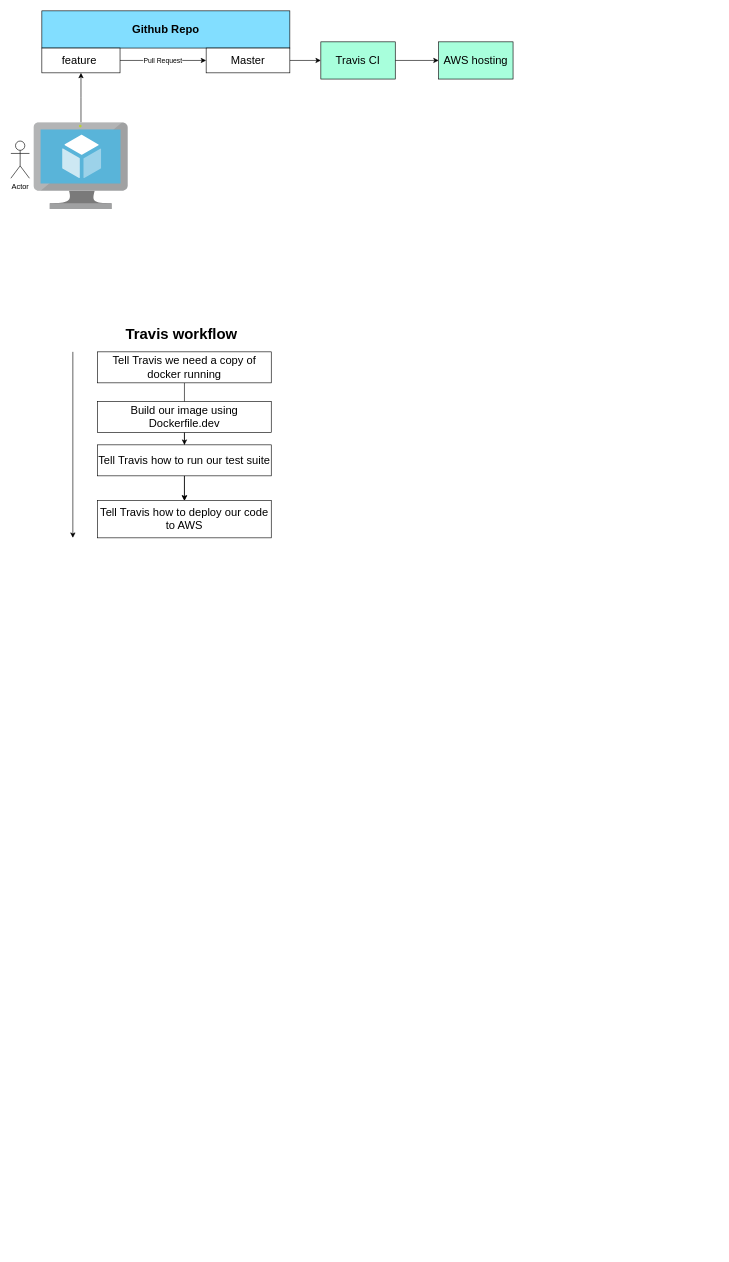
Before: page "CI AND DEPLOYMENT" (8 of 8) of Untitled Diagram.drawio in hephaestus88/docker, a draw.io diagram. Source tidied: cells renumbered, new cells numbered last; positions are measured from the earlier drawing's top-left corner, leaving out a move shared by most shapes. Both pictures are drawn from the tidied source at 62%, with x=0, y=0 at pixel (11, 11).
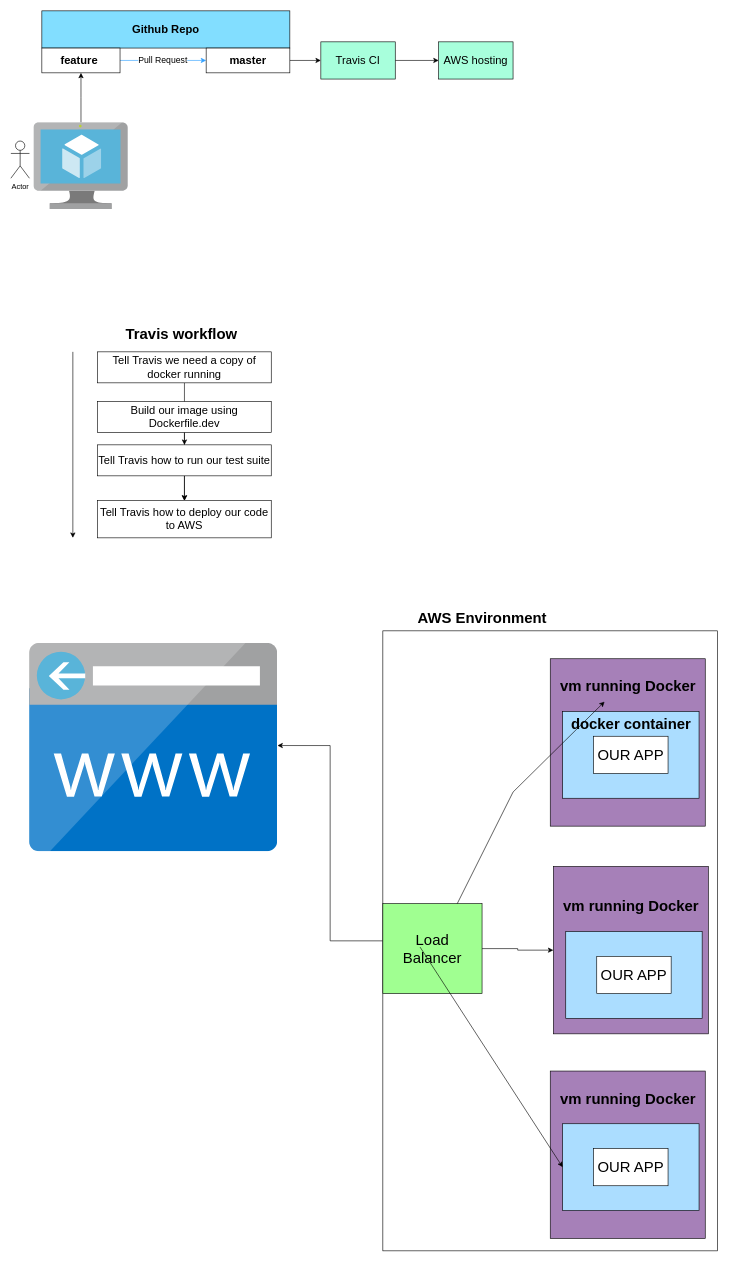
After the change.

Diff of the diagram source:
```diff
@@
-    <mxCell id="3" value="Pull Request" style="edgeStyle=orthogonalEdgeStyle;rounded=0;jettySize=auto;html=1;" parent="1" edge="1" source="4" target="6">
+    <mxCell id="3" value="&lt;font style=&quot;font-size: 14px;&quot;&gt;Pull Request&lt;/font&gt;" style="edgeStyle=orthogonalEdgeStyle;rounded=0;jettySize=auto;html=1;strokeColor=#309FFF;" parent="1" edge="1" source="4" target="6">
       <mxGeometry relative="1" as="geometry" />
     </mxCell>
-    <mxCell id="4" value="&lt;font style=&quot;font-size: 18px;&quot;&gt;feature&amp;nbsp;&lt;/font&gt;" style="rounded=0;whiteSpace=wrap;html=1;" parent="1" vertex="1">
+    <mxCell id="4" value="&lt;font style=&quot;font-size: 18px;&quot;&gt;&lt;b&gt;feature&amp;nbsp;&lt;/b&gt;&lt;/font&gt;" style="rounded=0;whiteSpace=wrap;html=1;" parent="1" vertex="1">
       <mxGeometry x="50" y="60" width="126.1" height="40" as="geometry" />
     </mxCell>
@@
-    <mxCell id="6" value="&lt;font style=&quot;font-size: 18px;&quot;&gt;Master&lt;/font&gt;" style="rounded=0;whiteSpace=wrap;html=1;" parent="1" vertex="1">
+    <mxCell id="6" value="&lt;font style=&quot;font-size: 18px;&quot;&gt;&lt;b&gt;master&lt;/b&gt;&lt;/font&gt;" style="rounded=0;whiteSpace=wrap;html=1;" parent="1" vertex="1">
       <mxGeometry x="315" y="60" width="135" height="40" as="geometry" />
     </mxCell>
@@
+    <mxCell id="22" style="image;sketch=0;html=1;points=[];align=center;fontSize=12;image=img/lib/mscae/CustomDomain.svg;" parent="1" vertex="1">
+      <mxGeometry x="30" y="1020" width="400" height="336" as="geometry" />
+    </mxCell>
+    <mxCell id="23" style="edgeStyle=orthogonalEdgeStyle;rounded=0;jettySize=auto;html=1;entryX=1;entryY=0.491;entryDx=0;entryDy=0;entryPerimeter=0;" parent="1" edge="1" source="24" target="22">
+      <mxGeometry relative="1" as="geometry" />
+    </mxCell>
+    <mxCell id="24" style="rounded=0;whiteSpace=wrap;html=1;" parent="1" vertex="1">
+      <mxGeometry x="600" y="1000" width="540" height="1000" as="geometry" />
+    </mxCell>
+    <mxCell id="25" value="AWS Environment" style="text;strokeColor=none;fillColor=none;html=1;fontSize=24;fontStyle=1;verticalAlign=middle;align=center;" parent="1" vertex="1">
+      <mxGeometry x="710" y="960" width="100" height="40" as="geometry" />
+    </mxCell>
+    <mxCell id="26" style="edgeStyle=orthogonalEdgeStyle;rounded=0;jettySize=auto;html=1;" parent="1" edge="1" source="27" target="33">
+      <mxGeometry relative="1" as="geometry" />
+    </mxCell>
+    <mxCell id="27" value="&lt;font style=&quot;font-size: 24px;&quot;&gt;Load&lt;br&gt;Balancer&lt;/font&gt;" style="rounded=0;whiteSpace=wrap;html=1;fillColor=#A0FF91;" parent="1" vertex="1">
+      <mxGeometry x="600" y="1440" width="160" height="145" as="geometry" />
+    </mxCell>
+    <mxCell id="28" style="rounded=0;whiteSpace=wrap;html=1;fillColor=#A680B8;" parent="1" vertex="1">
+      <mxGeometry x="870" y="1045" width="250" height="270" as="geometry" />
+    </mxCell>
+    <mxCell id="29" style="rounded=0;whiteSpace=wrap;html=1;fillColor=#ABDDFF;" parent="1" vertex="1">
+      <mxGeometry x="890" y="1130" width="220" height="140" as="geometry" />
+    </mxCell>
+    <mxCell id="30" value="vm running Docker" style="text;strokeColor=none;fillColor=none;html=1;fontSize=24;fontStyle=1;verticalAlign=middle;align=center;" parent="1" vertex="1">
+      <mxGeometry x="945" y="1070" width="100" height="40" as="geometry" />
+    </mxCell>
+    <mxCell id="31" value="&lt;font style=&quot;font-size: 24px;&quot;&gt;OUR APP&lt;/font&gt;" style="rounded=0;whiteSpace=wrap;html=1;" parent="1" vertex="1">
+      <mxGeometry x="940" y="1170" width="120" height="60" as="geometry" />
+    </mxCell>
+    <mxCell id="32" value="docker container" style="text;strokeColor=none;fillColor=none;html=1;fontSize=24;fontStyle=1;verticalAlign=middle;align=center;" parent="1" vertex="1">
+      <mxGeometry x="950" y="1130" width="100" height="40" as="geometry" />
+    </mxCell>
+    <mxCell id="33" style="rounded=0;whiteSpace=wrap;html=1;fillColor=#A680B8;" parent="1" vertex="1">
+      <mxGeometry x="875" y="1380" width="250" height="270" as="geometry" />
+    </mxCell>
+    <mxCell id="34" style="rounded=0;whiteSpace=wrap;html=1;fillColor=#ABDDFF;" parent="1" vertex="1">
+      <mxGeometry x="895" y="1485" width="220" height="140" as="geometry" />
+    </mxCell>
+    <mxCell id="35" value="vm running Docker" style="text;strokeColor=none;fillColor=none;html=1;fontSize=24;fontStyle=1;verticalAlign=middle;align=center;" parent="1" vertex="1">
+      <mxGeometry x="950" y="1425" width="100" height="40" as="geometry" />
+    </mxCell>
+    <mxCell id="36" value="&lt;font style=&quot;font-size: 24px;&quot;&gt;OUR APP&lt;/font&gt;" style="rounded=0;whiteSpace=wrap;html=1;" parent="1" vertex="1">
+      <mxGeometry x="945" y="1525" width="120" height="60" as="geometry" />
+    </mxCell>
+    <mxCell id="37" style="rounded=0;whiteSpace=wrap;html=1;fillColor=#A680B8;" parent="1" vertex="1">
+      <mxGeometry x="870" y="1710" width="250" height="270" as="geometry" />
+    </mxCell>
+    <mxCell id="38" style="rounded=0;whiteSpace=wrap;html=1;fillColor=#ABDDFF;" parent="1" vertex="1">
+      <mxGeometry x="890" y="1795" width="220" height="140" as="geometry" />
+    </mxCell>
+    <mxCell id="39" value="vm running Docker" style="text;strokeColor=none;fillColor=none;html=1;fontSize=24;fontStyle=1;verticalAlign=middle;align=center;" parent="1" vertex="1">
+      <mxGeometry x="945" y="1735" width="100" height="40" as="geometry" />
+    </mxCell>
+    <mxCell id="40" value="&lt;font style=&quot;font-size: 24px;&quot;&gt;OUR APP&lt;/font&gt;" style="rounded=0;whiteSpace=wrap;html=1;" parent="1" vertex="1">
+      <mxGeometry x="940" y="1835" width="120" height="60" as="geometry" />
+    </mxCell>
+    <mxCell id="41" style="endArrow=classic;html=1;rounded=0;entryX=0.126;entryY=1.105;entryDx=0;entryDy=0;entryPerimeter=0;" parent="1" edge="1" target="30">
+      <mxGeometry relative="1" as="geometry">
+        <mxPoint x="720" y="1440" as="sourcePoint" />
+        <Array as="points">
+          <mxPoint x="810" y="1260" />
+        </Array>
+      </mxGeometry>
+    </mxCell>
+    <mxCell id="42" style="endArrow=classic;html=1;rounded=0;entryX=0;entryY=0.5;entryDx=0;entryDy=0;" parent="1" edge="1" target="38">
+      <mxGeometry relative="1" as="geometry">
+        <mxPoint x="660" y="1510" as="sourcePoint" />
+      </mxGeometry>
+    </mxCell>
```
